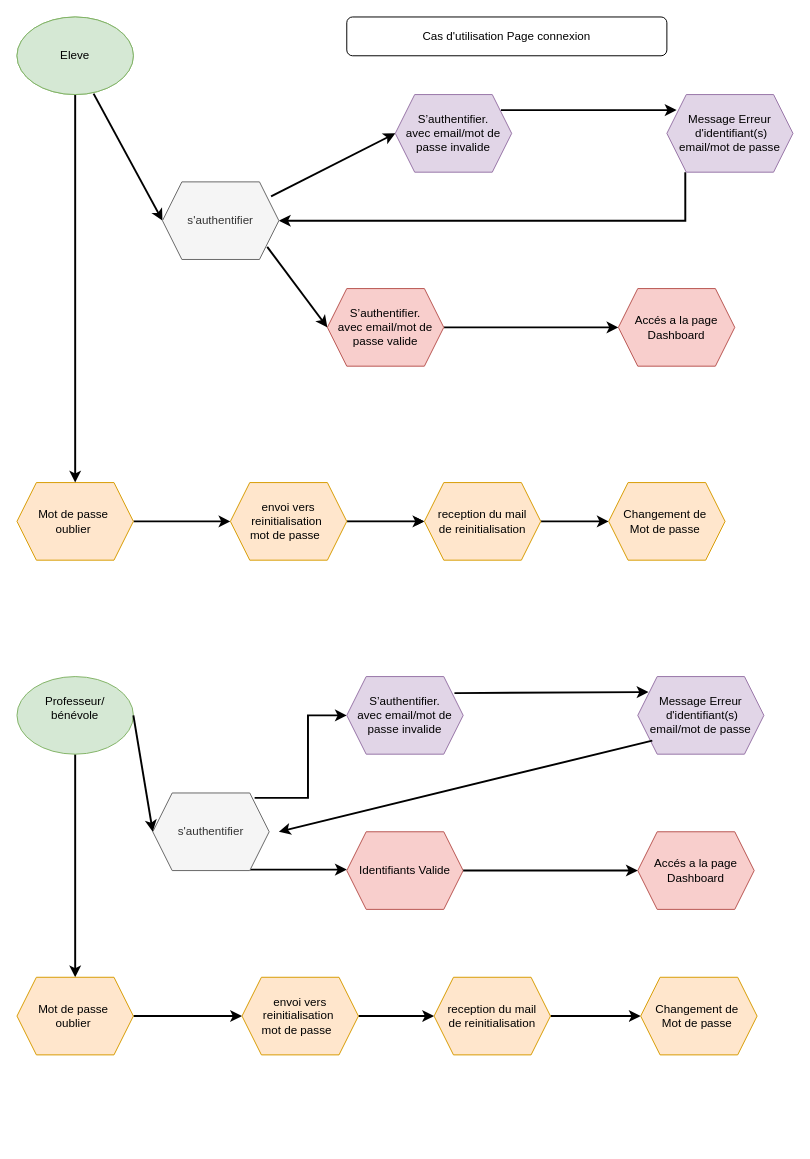
The draw.io diagram Diagramme de cas d’usage – Connexion.drawio in frederic5962/Learn-Home_p10, before the edit. Source tidied: cells renumbered, new cells numbered last; positions are measured from the earlier drawing's top-left corner, leaving out a move shared by most shapes. Both pictures are drawn from the tidied source at 97%, with x=0, y=0 at pixel (16, 16).
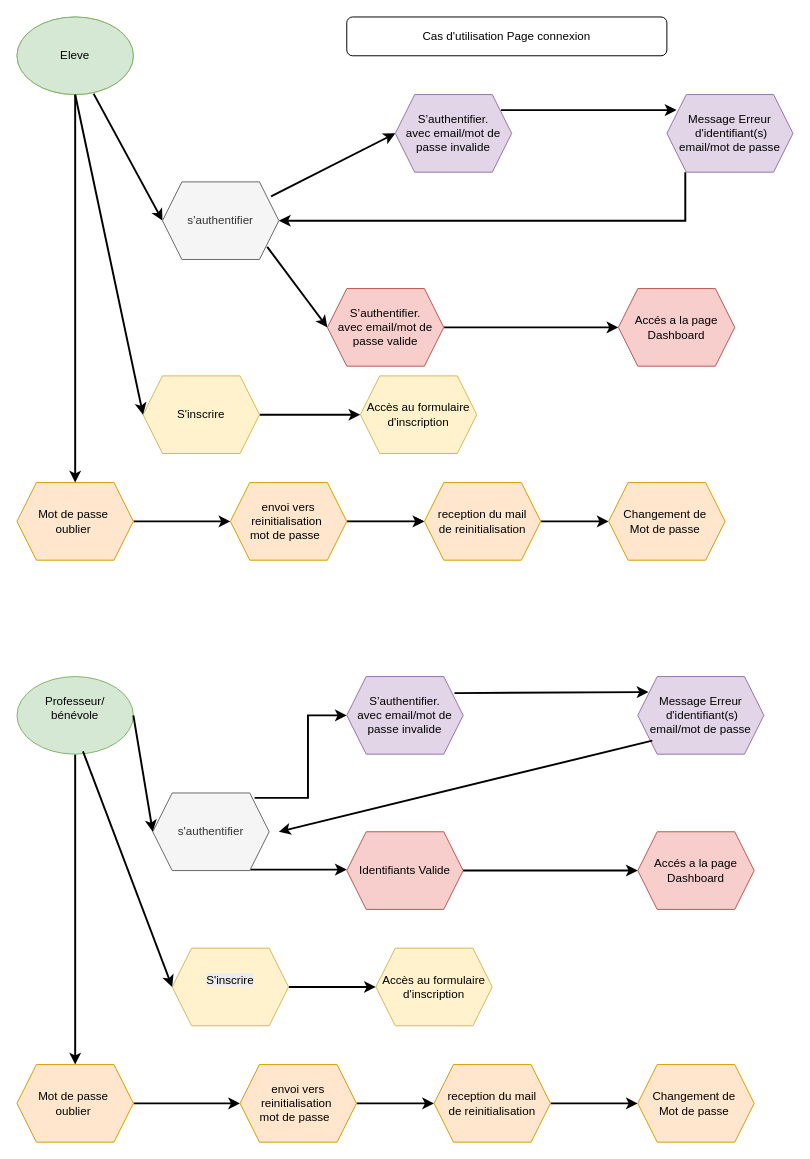
The same page after the edit.

Commit message:
Mettre à jour Diagramme de cas d’usage – Connexion.drawio

The change refers to these unchanged cells:
```xml
<mxCell id="20" value="Eleve" style="ellipse;whiteSpace=wrap;html=1;fillColor=#d5e8d4;strokeColor=#82b366;" parent="1" vertex="1">
  <mxGeometry width="120" height="80" as="geometry" />
</mxCell>
<mxCell id="23" value="Professeur/&lt;div&gt;bénévole&lt;div&gt;&lt;br&gt;&lt;/div&gt;&lt;/div&gt;" style="ellipse;whiteSpace=wrap;html=1;fillColor=#d5e8d4;strokeColor=#82b366;" parent="1" vertex="1">
  <mxGeometry y="680" width="120" height="80" as="geometry" />
</mxCell>
```

The edit, as a diff of the source:
```diff
@@
     <mxCell id="29" value="Mot de passe&amp;nbsp;&lt;div&gt;oublier&amp;nbsp;&lt;/div&gt;" style="shape=hexagon;perimeter=hexagonPerimeter2;whiteSpace=wrap;html=1;fixedSize=1;fillColor=#ffe6cc;strokeColor=#d79b00;" parent="1" vertex="1">
-      <mxGeometry y="990" width="120" height="80" as="geometry" />
+      <mxGeometry y="1080" width="120" height="80" as="geometry" />
     </mxCell>
@@
     <mxCell id="31" value="envoi vers reinitialisation&amp;nbsp;&lt;div&gt;mot de passe&amp;nbsp;&amp;nbsp;&lt;/div&gt;" style="shape=hexagon;perimeter=hexagonPerimeter2;whiteSpace=wrap;html=1;fixedSize=1;fillColor=#ffe6cc;strokeColor=#d79b00;" parent="1" vertex="1">
-      <mxGeometry x="232" y="990" width="120" height="80" as="geometry" />
+      <mxGeometry x="230" y="1080" width="120" height="80" as="geometry" />
     </mxCell>
@@
     <mxCell id="33" value="reception du mail&lt;div&gt;de reinitialisation&lt;/div&gt;" style="shape=hexagon;perimeter=hexagonPerimeter2;whiteSpace=wrap;html=1;fixedSize=1;fillColor=#ffe6cc;strokeColor=#d79b00;" parent="1" vertex="1">
-      <mxGeometry x="430" y="990" width="120" height="80" as="geometry" />
+      <mxGeometry x="430" y="1080" width="120" height="80" as="geometry" />
     </mxCell>
     <mxCell id="34" value="Changement de&amp;nbsp;&lt;div&gt;Mot de passe&amp;nbsp;&lt;/div&gt;" style="shape=hexagon;perimeter=hexagonPerimeter2;whiteSpace=wrap;html=1;fixedSize=1;fillColor=#ffe6cc;strokeColor=#d79b00;" parent="1" vertex="1">
-      <mxGeometry x="643" y="990" width="120" height="80" as="geometry" />
+      <mxGeometry x="640" y="1080" width="120" height="80" as="geometry" />
     </mxCell>
@@
+    <mxCell id="46" style="edgeStyle=orthogonalEdgeStyle;rounded=0;jettySize=auto;html=1;strokeWidth=2;" parent="1" edge="1" source="47" target="48">
+      <mxGeometry relative="1" as="geometry" />
+    </mxCell>
+    <mxCell id="47" value="S'inscrire" style="shape=hexagon;perimeter=hexagonPerimeter2;whiteSpace=wrap;html=1;fixedSize=1;fillColor=#fff2cc;strokeColor=#d6b656;" parent="1" vertex="1">
+      <mxGeometry x="130" y="370" width="120" height="80" as="geometry" />
+    </mxCell>
+    <mxCell id="48" value="Accès au formulaire d'inscription" style="shape=hexagon;perimeter=hexagonPerimeter2;whiteSpace=wrap;html=1;fixedSize=1;fillColor=#fff2cc;strokeColor=#d6b656;" parent="1" vertex="1">
+      <mxGeometry x="354" y="370" width="120" height="80" as="geometry" />
+    </mxCell>
+    <mxCell id="49" style="endArrow=classic;html=1;rounded=0;exitX=0.5;exitY=1;exitDx=0;exitDy=0;entryX=0;entryY=0.5;entryDx=0;entryDy=0;strokeWidth=2;" parent="1" edge="1" source="20" target="47">
+      <mxGeometry relative="1" as="geometry" />
+    </mxCell>
+    <mxCell id="50" style="edgeStyle=orthogonalEdgeStyle;rounded=0;jettySize=auto;html=1;strokeWidth=2;" parent="1" edge="1" source="51" target="52">
+      <mxGeometry relative="1" as="geometry" />
+    </mxCell>
+    <mxCell id="51" value="&#10;&lt;span style=&quot;color: rgb(0, 0, 0); font-family: Helvetica; font-size: 12px; font-style: normal; font-variant-ligatures: normal; font-variant-caps: normal; font-weight: 400; letter-spacing: normal; orphans: 2; text-align: center; text-indent: 0px; text-transform: none; widows: 2; word-spacing: 0px; -webkit-text-stroke-width: 0px; white-space: normal; background-color: rgb(236, 236, 236); text-decoration-thickness: initial; text-decoration-style: initial; text-decoration-color: initial; display: inline !important; float: none;&quot;&gt;S'inscrire&lt;/span&gt;&#10;&#10;" style="shape=hexagon;perimeter=hexagonPerimeter2;whiteSpace=wrap;html=1;fixedSize=1;fillColor=#fff2cc;strokeColor=#d6b656;" parent="1" vertex="1">
+      <mxGeometry x="160" y="960" width="120" height="80" as="geometry" />
+    </mxCell>
+    <mxCell id="52" value="Accès au formulaire d'inscription" style="shape=hexagon;perimeter=hexagonPerimeter2;whiteSpace=wrap;html=1;fixedSize=1;fillColor=#fff2cc;strokeColor=#d6b656;" parent="1" vertex="1">
+      <mxGeometry x="370" y="960" width="120" height="80" as="geometry" />
+    </mxCell>
+    <mxCell id="53" style="endArrow=classic;html=1;rounded=0;exitX=0.567;exitY=0.963;exitDx=0;exitDy=0;exitPerimeter=0;entryX=0;entryY=0.5;entryDx=0;entryDy=0;strokeWidth=2;" parent="1" edge="1" source="23" target="51">
+      <mxGeometry relative="1" as="geometry" />
+    </mxCell>
```
